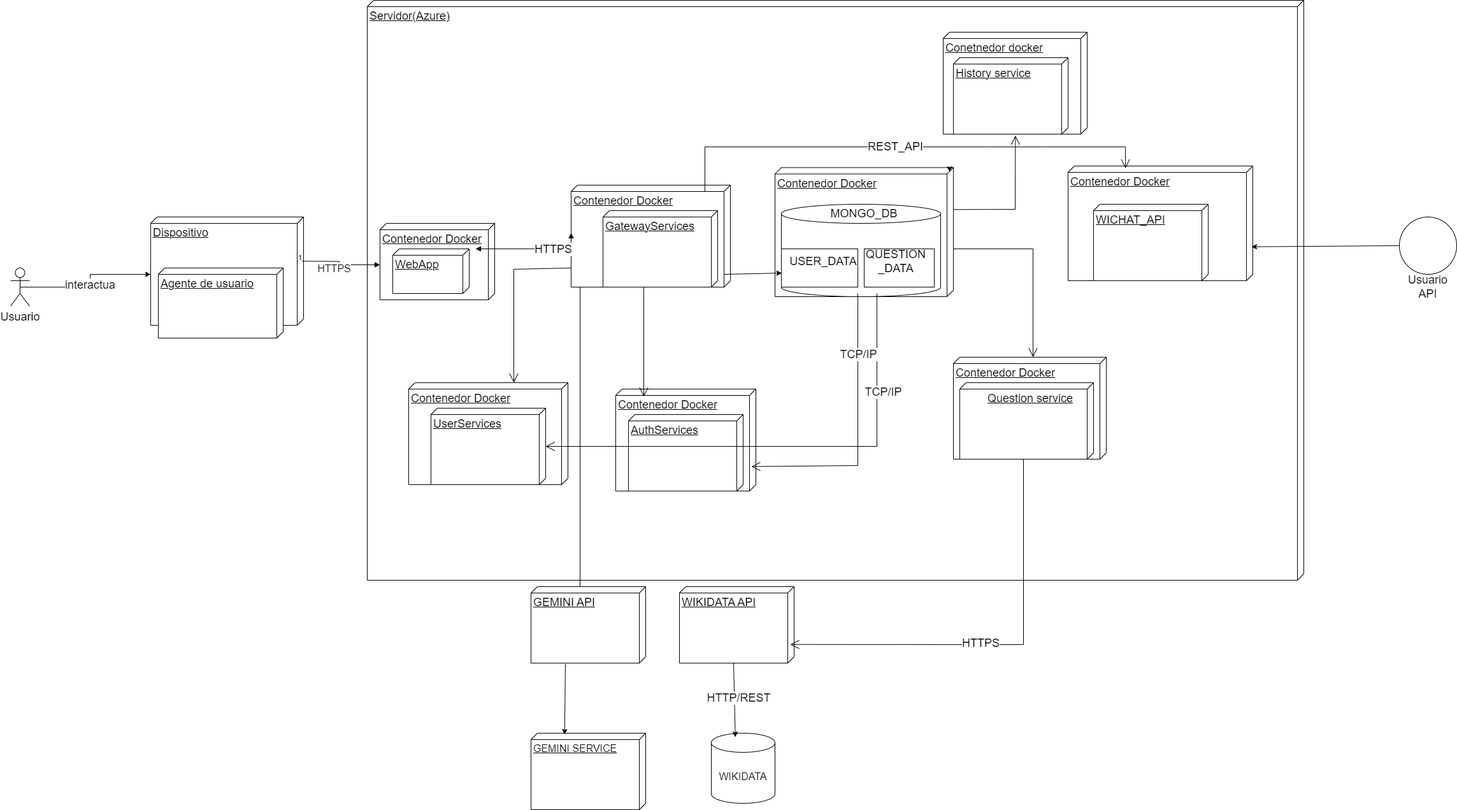
Arquisoft/wichat_es5a keeps this draw.io diagram as docs/images/07-diagramaDespliegue.png. Above is the earlier version. Source tidied: cells renumbered, new cells last; positions are measured from the earlier drawing's top-left corner, leaving out a move shared by most shapes.
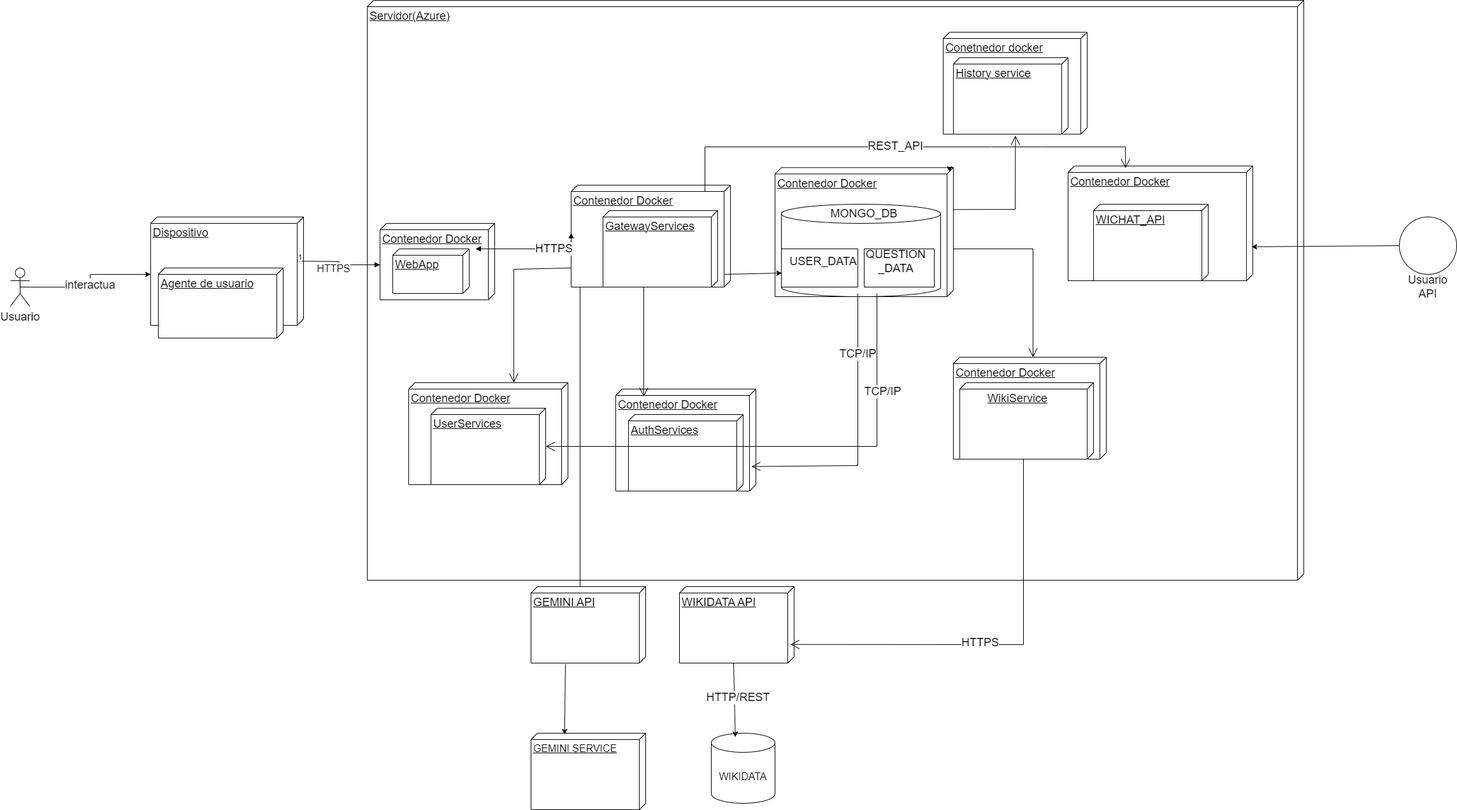
After the commit.

Commit message:
Cambio QuestionService por WikiService

The edit, as a diff of the source:
```diff
@@ -133,7 +133,7 @@
     <mxCell id="32" value="&lt;div&gt;&lt;font style=&quot;font-size: 18px;&quot;&gt;Contenedor Docker&lt;/font&gt;&lt;/div&gt;" style="verticalAlign=top;align=left;spacingTop=8;spacingLeft=2;spacingRight=12;shape=cube;size=10;direction=south;fontStyle=4;html=1;whiteSpace=wrap;" parent="1" vertex="1">
       <mxGeometry x="1480" y="560" width="240" height="160" as="geometry" />
     </mxCell>
-    <mxCell id="33" value="&lt;blockquote style=&quot;margin: 0 0 0 40px; border: none; padding: 0px;&quot;&gt;&lt;font style=&quot;font-size: 18px;&quot;&gt;Question service&lt;/font&gt;&lt;/blockquote&gt;" style="verticalAlign=top;align=left;spacingTop=8;spacingLeft=2;spacingRight=12;shape=cube;size=10;direction=south;fontStyle=4;html=1;whiteSpace=wrap;" parent="1" vertex="1">
+    <mxCell id="33" value="&lt;blockquote style=&quot;margin: 0 0 0 40px; border: none; padding: 0px;&quot;&gt;&lt;font style=&quot;font-size: 18px;&quot;&gt;WikiService&lt;/font&gt;&lt;/blockquote&gt;" style="verticalAlign=top;align=left;spacingTop=8;spacingLeft=2;spacingRight=12;shape=cube;size=10;direction=south;fontStyle=4;html=1;whiteSpace=wrap;" parent="1" vertex="1">
       <mxGeometry x="1490" y="600" width="210" height="120" as="geometry" />
     </mxCell>
     <mxCell id="34" value="&lt;font style=&quot;font-size: 18px;&quot;&gt;Conetnedor docker&lt;/font&gt;" style="verticalAlign=top;align=left;spacingTop=8;spacingLeft=2;spacingRight=12;shape=cube;size=10;direction=south;fontStyle=4;html=1;whiteSpace=wrap;" parent="1" vertex="1">
```
